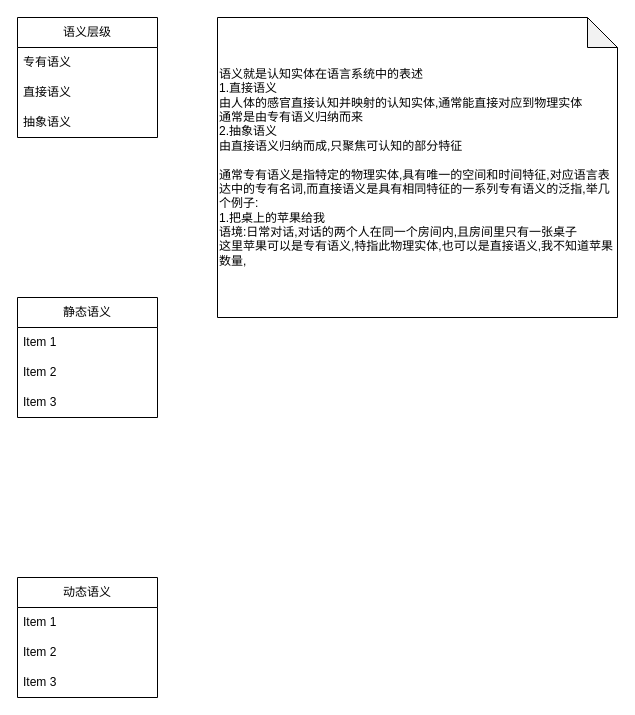
This is page "语义" (2 of 6) of base_model/实体和语言.drawio from cyxm/CodeGenerator, a draw.io file, before an edit. Source tidied: cells renumbered, new cells numbered last; positions are measured from the earlier drawing's top-left corner, leaving out a move shared by most shapes. Both pictures are drawn from the tidied source at 100%, with x=0, y=0 at pixel (17, 17).
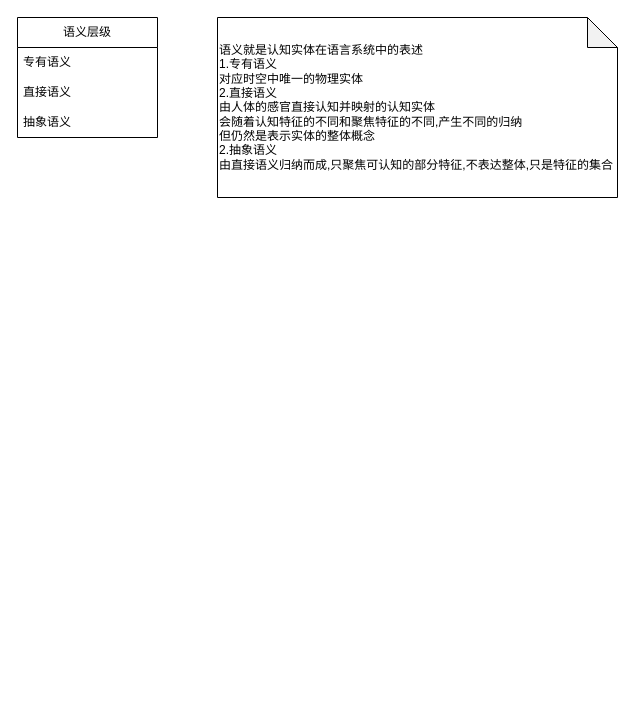
The same diagram, later.

What changed in the source:
```diff
@@
 <mxGraphModel>
   <root>
     <mxCell id="0" />
     <mxCell id="1" parent="0" />
-    <mxCell id="2" value="静态语义" style="swimlane;fontStyle=0;horizontal=1;startSize=30;whiteSpace=wrap;html=1;" parent="1" vertex="1">
-      <mxGeometry y="280" width="140" height="120" as="geometry" />
-    </mxCell>
-    <mxCell id="3" value="Item 1" style="text;strokeColor=none;fillColor=none;align=left;verticalAlign=middle;spacingLeft=4;spacingRight=4;overflow=hidden;whiteSpace=wrap;html=1;" parent="2" vertex="1">
-      <mxGeometry y="30" width="140" height="30" as="geometry" />
-    </mxCell>
-    <mxCell id="4" value="Item 2" style="text;strokeColor=none;fillColor=none;align=left;verticalAlign=middle;spacingLeft=4;spacingRight=4;overflow=hidden;whiteSpace=wrap;html=1;" parent="2" vertex="1">
-      <mxGeometry y="60" width="140" height="30" as="geometry" />
-    </mxCell>
-    <mxCell id="5" value="Item 3" style="text;strokeColor=none;fillColor=none;align=left;verticalAlign=middle;spacingLeft=4;spacingRight=4;overflow=hidden;whiteSpace=wrap;html=1;" parent="2" vertex="1">
-      <mxGeometry y="90" width="140" height="30" as="geometry" />
-    </mxCell>
-    <mxCell id="6" value="动态语义" style="swimlane;fontStyle=0;horizontal=1;startSize=30;whiteSpace=wrap;html=1;" parent="1" vertex="1">
-      <mxGeometry y="560" width="140" height="120" as="geometry" />
-    </mxCell>
-    <mxCell id="7" value="Item 1" style="text;strokeColor=none;fillColor=none;align=left;verticalAlign=middle;spacingLeft=4;spacingRight=4;overflow=hidden;whiteSpace=wrap;html=1;" parent="6" vertex="1">
-      <mxGeometry y="30" width="140" height="30" as="geometry" />
-    </mxCell>
-    <mxCell id="8" value="Item 2" style="text;strokeColor=none;fillColor=none;align=left;verticalAlign=middle;spacingLeft=4;spacingRight=4;overflow=hidden;whiteSpace=wrap;html=1;" parent="6" vertex="1">
-      <mxGeometry y="60" width="140" height="30" as="geometry" />
-    </mxCell>
-    <mxCell id="9" value="Item 3" style="text;strokeColor=none;fillColor=none;align=left;verticalAlign=middle;spacingLeft=4;spacingRight=4;overflow=hidden;whiteSpace=wrap;html=1;" parent="6" vertex="1">
-      <mxGeometry y="90" width="140" height="30" as="geometry" />
-    </mxCell>
     <mxCell id="10" value="语义层级" style="swimlane;fontStyle=0;horizontal=1;startSize=30;whiteSpace=wrap;html=1;" parent="1" vertex="1">
       <mxGeometry width="140" height="120" as="geometry" />
     </mxCell>
     <mxCell id="11" value="专有语义" style="text;strokeColor=none;fillColor=none;align=left;verticalAlign=middle;spacingLeft=4;spacingRight=4;overflow=hidden;whiteSpace=wrap;html=1;" parent="10" vertex="1">
       <mxGeometry y="30" width="140" height="30" as="geometry" />
     </mxCell>
     <mxCell id="12" value="直接语义" style="text;strokeColor=none;fillColor=none;align=left;verticalAlign=middle;spacingLeft=4;spacingRight=4;overflow=hidden;whiteSpace=wrap;html=1;" parent="10" vertex="1">
       <mxGeometry y="60" width="140" height="30" as="geometry" />
     </mxCell>
     <mxCell id="13" value="抽象语义" style="text;strokeColor=none;fillColor=none;align=left;verticalAlign=middle;spacingLeft=4;spacingRight=4;overflow=hidden;whiteSpace=wrap;html=1;" parent="10" vertex="1">
       <mxGeometry y="90" width="140" height="30" as="geometry" />
     </mxCell>
-    <mxCell id="14" value="&lt;div&gt;语义就是认知实体在语言系统中的表述&lt;/div&gt;&lt;div&gt;1.直接语义&lt;/div&gt;&lt;div&gt;由人体的感官直接认知并映射的认知实体,通常能直接对应到物理实体&lt;/div&gt;&lt;div&gt;通常是由专有语义归纳而来&lt;/div&gt;&lt;div&gt;2.抽象语义&lt;/div&gt;&lt;div&gt;由直接语义归纳而成,只聚焦可认知的部分特征&lt;/div&gt;&lt;div&gt;&lt;br&gt;&lt;/div&gt;&lt;div&gt;通常专有语义是指特定的物理实体,具有唯一的空间和时间特征,对应语言表达中的专有名词,而直接语义是具有相同特征的一系列专有语义的泛指,举几个例子:&lt;/div&gt;&lt;div&gt;1.把桌上的苹果给我&lt;/div&gt;&lt;div&gt;语境:日常对话,对话的两个人在同一个房间内,且房间里只有一张桌子&lt;/div&gt;&lt;div&gt;这里苹果可以是专有语义,特指此物理实体,也可以是直接语义,我不知道苹果数量,&lt;/div&gt;" style="shape=note;whiteSpace=wrap;html=1;backgroundOutline=1;darkOpacity=0.05;align=left;" parent="1" vertex="1">
-      <mxGeometry x="200" width="400" height="300" as="geometry" />
+    <mxCell id="14" value="&lt;div&gt;语义就是认知实体在语言系统中的表述&lt;/div&gt;&lt;div&gt;1.专有语义&lt;/div&gt;&lt;div&gt;对应时空中唯一的物理实体&lt;/div&gt;&lt;div&gt;2.直接语义&lt;/div&gt;&lt;div&gt;由人体的感官直接认知并映射的认知实体&lt;/div&gt;&lt;div&gt;会随着认知特征的不同和聚焦特征的不同,产生不同的归纳&lt;/div&gt;&lt;div&gt;但仍然是表示实体的整体概念&lt;/div&gt;&lt;div&gt;2.抽象语义&lt;/div&gt;&lt;div&gt;由直接语义归纳而成,只聚焦可认知的部分特征,不表达整体,只是特征的集合&lt;/div&gt;" style="shape=note;whiteSpace=wrap;html=1;backgroundOutline=1;darkOpacity=0.05;align=left;" parent="1" vertex="1">
+      <mxGeometry x="200" width="400" height="180" as="geometry" />
     </mxCell>
   </root>
 </mxGraphModel>
```
